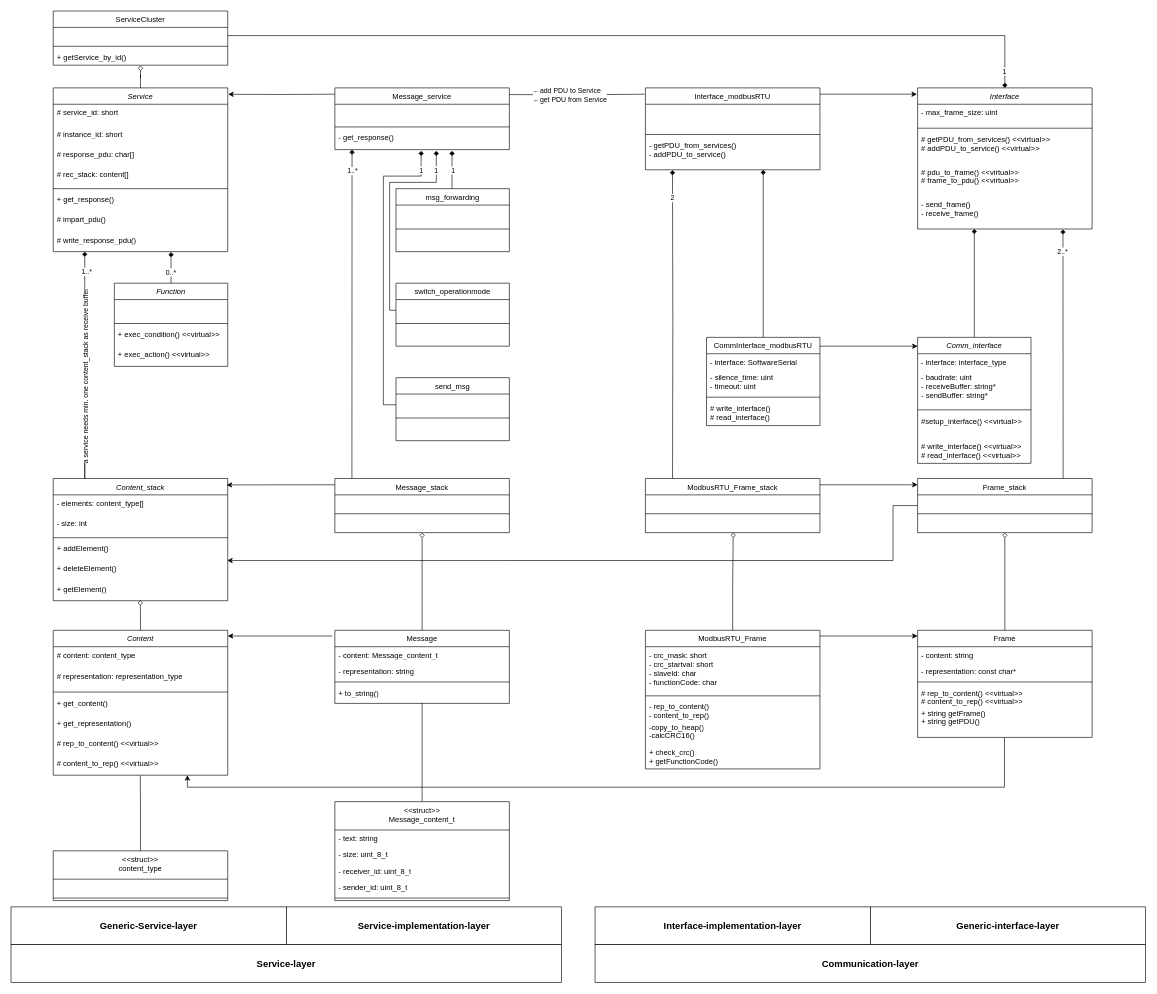
This is modbus_classdiagram.drawio from F-L-X-S/BusBricks, a draw.io file, before an edit. Source tidied: cells renumbered, new cells numbered last; positions are measured from the earlier drawing's top-left corner, leaving out a move shared by most shapes. Both pictures are drawn from the tidied source at 63%, with x=0, y=0 at pixel (11, 11).
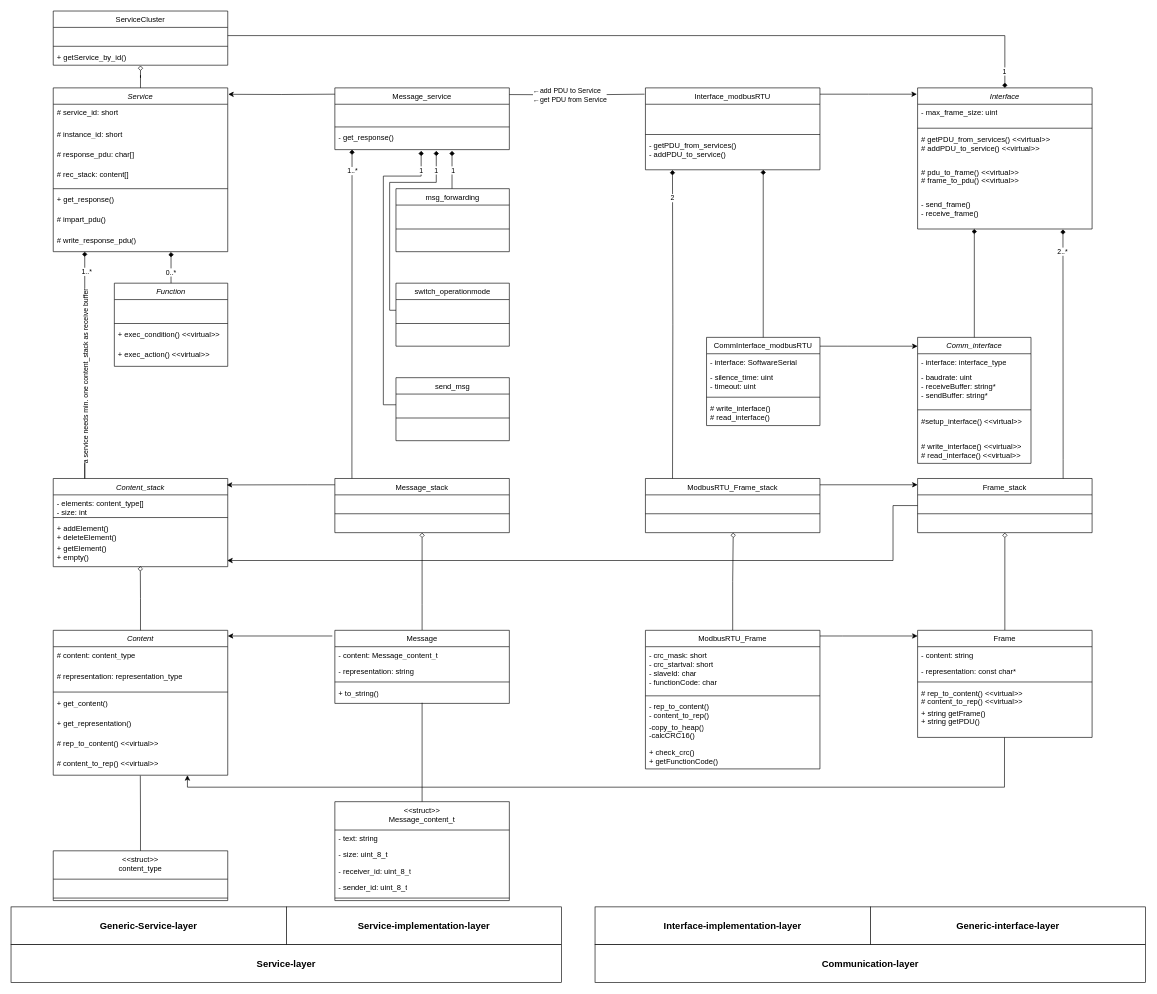
After the change.

Commit message (it also covers changes not shown here):
added native test for sendng with CommInterface template

The change refers to these unchanged cells:
```xml
<mxCell id="115" value="&lt;span style=&quot;font-weight: 400;&quot;&gt;Frame_stack&lt;/span&gt;" style="swimlane;fontStyle=1;align=center;verticalAlign=top;horizontal=1;startSize=26;whiteSpace=wrap;html=1;" parent="1" vertex="1">
  <mxGeometry x="1439" y="742" width="277" height="86" as="geometry" />
</mxCell>
```

What changed in the source:
```diff
@@
     <mxCell id="43" value="&lt;i style=&quot;font-weight: normal;&quot;&gt;Content_stack&lt;/i&gt;" style="swimlane;fontStyle=1;align=center;verticalAlign=top;horizontal=1;startSize=26;whiteSpace=wrap;html=1;" parent="1" vertex="1">
-      <mxGeometry x="67" y="742" width="277" height="194" as="geometry" />
+      <mxGeometry x="67" y="742" width="277" height="140" as="geometry" />
     </mxCell>
-    <mxCell id="44" value="- elements: content_type[]" style="text;strokeColor=none;fillColor=none;align=left;verticalAlign=top;spacingLeft=4;spacingRight=4;overflow=hidden;whiteSpace=wrap;html=1;" parent="43" vertex="1">
+    <mxCell id="44" value="- elements: content_type[]&lt;br&gt;- size: int" style="text;strokeColor=none;fillColor=none;align=left;verticalAlign=top;spacingLeft=4;spacingRight=4;overflow=hidden;whiteSpace=wrap;html=1;" parent="43" vertex="1">
       <mxGeometry y="26" width="277" height="32" as="geometry" />
     </mxCell>
-    <mxCell id="45" value="- size: int" style="text;strokeColor=none;fillColor=none;align=left;verticalAlign=top;spacingLeft=4;spacingRight=4;overflow=hidden;whiteSpace=wrap;html=1;" parent="43" vertex="1">
-      <mxGeometry y="58" width="277" height="32" as="geometry" />
-    </mxCell>
     <mxCell id="46" style="line;strokeWidth=1;fillColor=none;align=left;verticalAlign=middle;spacingTop=-1;spacingLeft=3;spacingRight=3;labelPosition=right;strokeColor=inherit;" parent="43" vertex="1">
-      <mxGeometry y="90" width="277" height="8" as="geometry" />
+      <mxGeometry y="58" width="277" height="8" as="geometry" />
     </mxCell>
-    <mxCell id="47" value="+ addElement()" style="text;strokeColor=none;fillColor=none;align=left;verticalAlign=top;spacingLeft=4;spacingRight=4;overflow=hidden;whiteSpace=wrap;html=1;" parent="43" vertex="1">
-      <mxGeometry y="98" width="277" height="32" as="geometry" />
+    <mxCell id="47" value="+ addElement()&lt;br&gt;+ deleteElement()" style="text;strokeColor=none;fillColor=none;align=left;verticalAlign=top;spacingLeft=4;spacingRight=4;overflow=hidden;whiteSpace=wrap;html=1;" parent="43" vertex="1">
+      <mxGeometry y="66" width="277" height="32" as="geometry" />
     </mxCell>
-    <mxCell id="48" value="+ deleteElement()" style="text;strokeColor=none;fillColor=none;align=left;verticalAlign=top;spacingLeft=4;spacingRight=4;overflow=hidden;points=[[0,0.5],[1,0.5]];portConstraint=eastwest;whiteSpace=wrap;html=1;" parent="43" vertex="1">
-      <mxGeometry y="130" width="277" height="32" as="geometry" />
-    </mxCell>
-    <mxCell id="49" value="+ getElement()" style="text;strokeColor=none;fillColor=none;align=left;verticalAlign=top;spacingLeft=4;spacingRight=4;overflow=hidden;points=[[0,0.5],[1,0.5]];portConstraint=eastwest;whiteSpace=wrap;html=1;" parent="43" vertex="1">
-      <mxGeometry y="162" width="277" height="32" as="geometry" />
+    <mxCell id="49" value="+ getElement()&lt;br&gt;+ empty()" style="text;strokeColor=none;fillColor=none;align=left;verticalAlign=top;spacingLeft=4;spacingRight=4;overflow=hidden;points=[[0,0.5],[1,0.5]];portConstraint=eastwest;whiteSpace=wrap;html=1;" parent="43" vertex="1">
+      <mxGeometry y="98" width="277" height="42" as="geometry" />
     </mxCell>
@@
-    <mxCell id="114" style="edgeStyle=orthogonalEdgeStyle;rounded=0;jettySize=auto;html=1;entryX=0.997;entryY=0.007;entryDx=0;entryDy=0;entryPerimeter=0;" parent="1" edge="1" source="115" target="48">
+    <mxCell id="114" style="edgeStyle=orthogonalEdgeStyle;rounded=0;jettySize=auto;html=1;entryX=0.997;entryY=0.007;entryDx=0;entryDy=0;entryPerimeter=0;" parent="1" edge="1" source="115">
       <mxGeometry relative="1" as="geometry">
+        <mxPoint x="343.2" y="872.2" as="targetPoint" />
         <Array as="points">
           <mxPoint x="1400" y="785" />
           <mxPoint x="1400" y="872" />
           <mxPoint x="343" y="872" />
         </Array>
       </mxGeometry>
     </mxCell>
```
